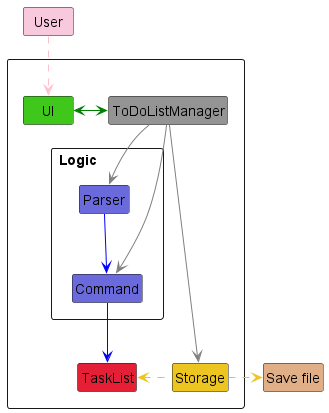
Above: docs/images/ArchitectureDiagram.png in nus-cs2113-AY2223S2/tp (PlantUML), before the change. The source it was exported from:
```plantuml
@startuml
!include Style.puml

Package " " <<Rectangle>>{
    Class UI COLOR_UI
    Package "Logic\t\t" <<Rectangle>>{
    Class Parser COLOR_LOGIC
        Class Command COLOR_LOGIC
    }
    Class Storage COLOR_STORAGE
    Class TaskList COLOR_TASK_LIST
    Class ToDoListManager COLOR_MAIN
}

Class "User" as User COLOR_USER
Class "Save file" as File #E1AF87

User ..[#pink]> UI
UI <-[#green]> ToDoListManager
ToDoListManager -[#grey]-> Parser
Parser -[#blue]-> Command
ToDoListManager -[#grey]-> Command
Command -[#blue]-> TaskList
ToDoListManager -[#grey]-> Storage
Storage -l[COLOR_STORAGE].> TaskList
Storage .r[COLOR_STORAGE].>File
@enduml
```
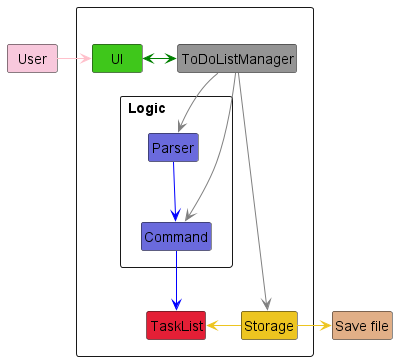
After the commit.

Diff of the diagram source:
```diff
@@ -15,13 +15,13 @@
 Class "User" as User COLOR_USER
 Class "Save file" as File #E1AF87
 
-User ..[#pink]> UI
+User -[#pink]> UI
 UI <-[#green]> ToDoListManager
 ToDoListManager -[#grey]-> Parser
 Parser -[#blue]-> Command
 ToDoListManager -[#grey]-> Command
 Command -[#blue]-> TaskList
-ToDoListManager -[#grey]-> Storage
-Storage -l[COLOR_STORAGE].> TaskList
-Storage .r[COLOR_STORAGE].>File
+ToDoListManager -[#grey]> Storage
+Storage -l[COLOR_STORAGE]> TaskList
+Storage -r[COLOR_STORAGE]> File
 @enduml
```
